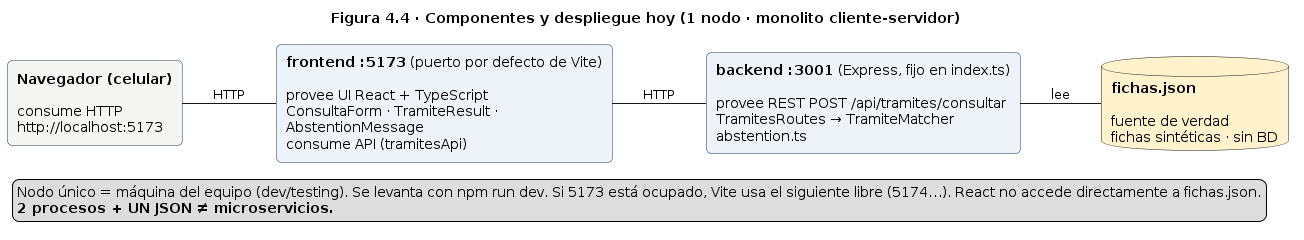
The PlantUML diagram docs/uml/componentes.png in FeliKar/Proyecto-Ingenieria-de-Software, before a commit. Its diagram source:
```plantuml
@startuml
title Figura 4.4 · Componentes y despliegue hoy (1 nodo · monolito cliente-servidor)
left to right direction
skinparam rectangle {
  BorderColor #1F3A5F
  RoundCorner 10
}

rectangle "**Navegador (celular)**\n\nconsume HTTP\nhttp://localhost:5173" as NAV #F5F6F2

rectangle "**frontend :5173** (puerto por defecto de Vite)\n\nprovee UI React + TypeScript\nConsultaForm · TramiteResult ·\nAbstentionMessage\nconsume API (tramitesApi)" as FE #EEF3FA

rectangle "**backend :3001** (Express, fijo en index.ts)\n\nprovee REST POST /api/tramites/consultar\nTramitesRoutes → TramiteMatcher\nabstention.ts" as BE #EEF3FA

database "**fichas.json**\n\nfuente de verdad\nfichas sintéticas · sin BD" as J #FFF2CC

NAV -- FE : HTTP
FE -- BE : HTTP
BE -- J : lee

legend bottom left
  Nodo único = máquina del equipo (dev/testing). Se levanta con npm run dev. Si 5173 está ocupado, Vite usa el siguiente libre (5174…). React no accede directamente a fichas.json.
  **2 procesos + UN JSON ≠ microservicios.**
endlegend
@enduml
```
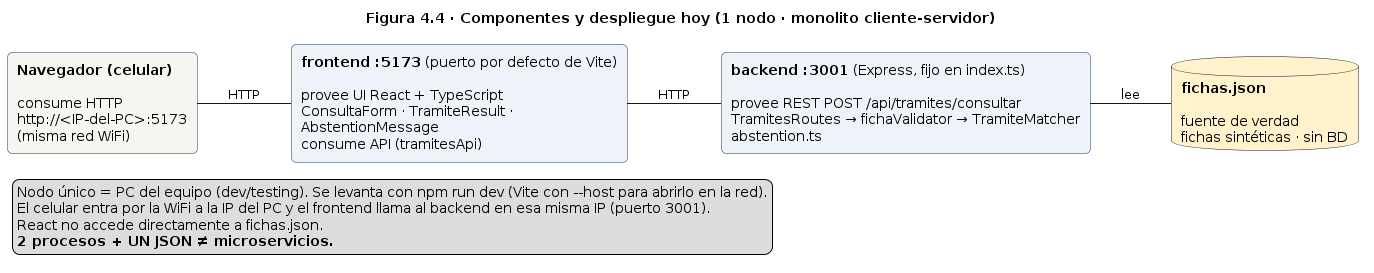
Above is the later version.

Commit message:
UML con fichaValidator, acceso desde celular y ADR-01

What changed in the source:
```diff
@@ -6,11 +6,11 @@
   RoundCorner 10
 }
 
-rectangle "**Navegador (celular)**\n\nconsume HTTP\nhttp://localhost:5173" as NAV #F5F6F2
+rectangle "**Navegador (celular)**\n\nconsume HTTP\nhttp://<IP-del-PC>:5173\n(misma red WiFi)" as NAV #F5F6F2
 
 rectangle "**frontend :5173** (puerto por defecto de Vite)\n\nprovee UI React + TypeScript\nConsultaForm · TramiteResult ·\nAbstentionMessage\nconsume API (tramitesApi)" as FE #EEF3FA
 
-rectangle "**backend :3001** (Express, fijo en index.ts)\n\nprovee REST POST /api/tramites/consultar\nTramitesRoutes → TramiteMatcher\nabstention.ts" as BE #EEF3FA
+rectangle "**backend :3001** (Express, fijo en index.ts)\n\nprovee REST POST /api/tramites/consultar\nTramitesRoutes → fichaValidator → TramiteMatcher\nabstention.ts" as BE #EEF3FA
 
 database "**fichas.json**\n\nfuente de verdad\nfichas sintéticas · sin BD" as J #FFF2CC
 
@@ -19,7 +19,9 @@
 BE -- J : lee
 
 legend bottom left
-  Nodo único = máquina del equipo (dev/testing). Se levanta con npm run dev. Si 5173 está ocupado, Vite usa el siguiente libre (5174…). React no accede directamente a fichas.json.
+  Nodo único = PC del equipo (dev/testing). Se levanta con npm run dev (Vite con --host para abrirlo en la red).
+  El celular entra por la WiFi a la IP del PC y el frontend llama al backend en esa misma IP (puerto 3001).
+  React no accede directamente a fichas.json.
   **2 procesos + UN JSON ≠ microservicios.**
 endlegend
 @enduml
```
